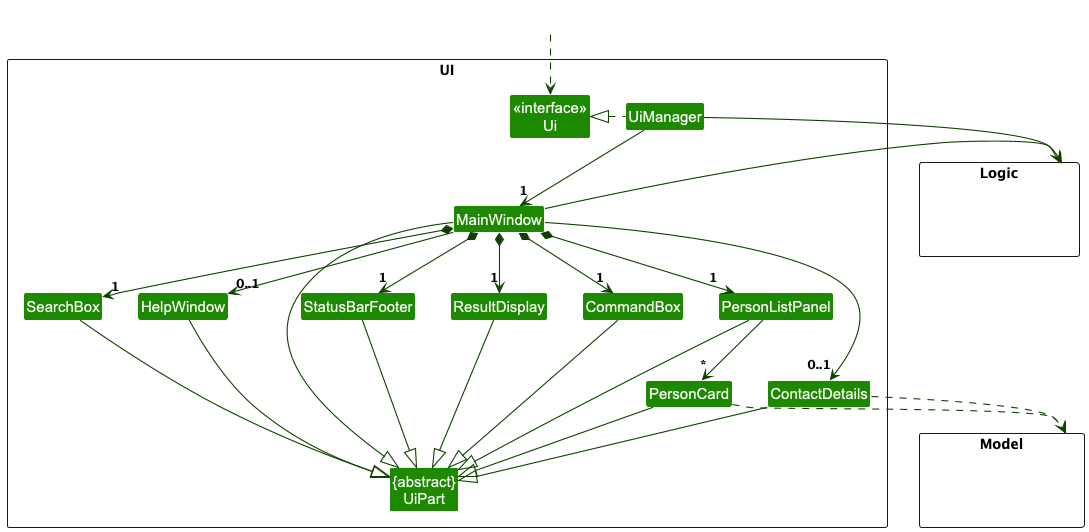
This is docs/images/UiClassDiagram.png from nus-cs2103-AY2425S1/tp, a PlantUML export, as it was before one commit.
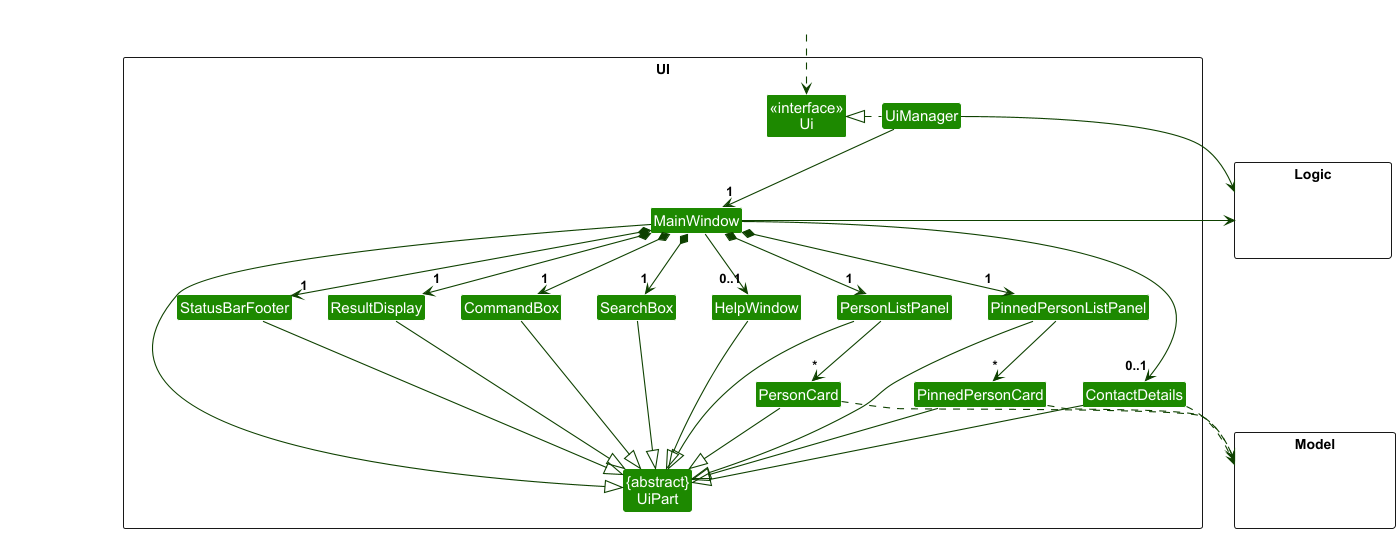
Above is the later version.

Commit message:
Update uml ui class diagram

Diff of the diagram source:
```diff
@@ -17,6 +17,8 @@
 Class StatusBarFooter
 Class CommandBox
 Class SearchBox
+Class PinnedPersonListPanel
+Class PinnedPersonCard
 }
 
 package Model <<Rectangle>> {
@@ -37,11 +39,13 @@
 MainWindow *-down->  "1" SearchBox
 MainWindow *-down-> "1" ResultDisplay
 MainWindow *-down-> "1" PersonListPanel
+MainWindow *-down-> "1" PinnedPersonListPanel
 MainWindow *-down-> "1" StatusBarFooter
 MainWindow -down-> "0..1" HelpWindow
 MainWindow -down-> "0..1" ContactDetails
 
 PersonListPanel -down-> "*" PersonCard
+PinnedPersonListPanel -down-> "*" PinnedPersonCard
 
 MainWindow -left-|> UiPart
 ContactDetails -down-|> UiPart
@@ -51,10 +55,13 @@
 SearchBox -down-|> UiPart
 PersonListPanel -down-|> UiPart
 PersonCard -down-|> UiPart
+PinnedPersonListPanel -down-|> UiPart
+PinnedPersonCard -down-|> UiPart
 StatusBarFooter -down-|> UiPart
 HelpWindow -down-|> UiPart
 
 PersonCard .down.> Model
+PinnedPersonCard .down.> Model
 ContactDetails .down.> Model
 
 UiManager -right-> Logic
```
